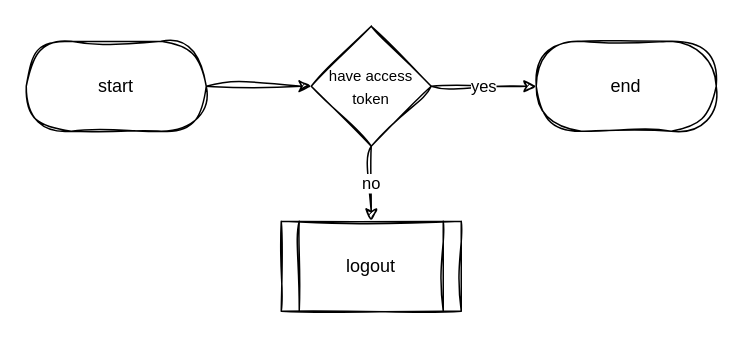
ssszZ-TH/party_fullstack_docker5 keeps this draw.io diagram as page "3 check auth" (3 of 4) of docs/drawio/activity/activity_general.drawio. Above is the earlier version. Source tidied: cells renumbered, new cells numbered last; positions are measured from the earlier drawing's top-left corner, leaving out a move shared by most shapes. Both pictures are drawn from the tidied source at 150%, with x=0, y=0 at pixel (26, 26).
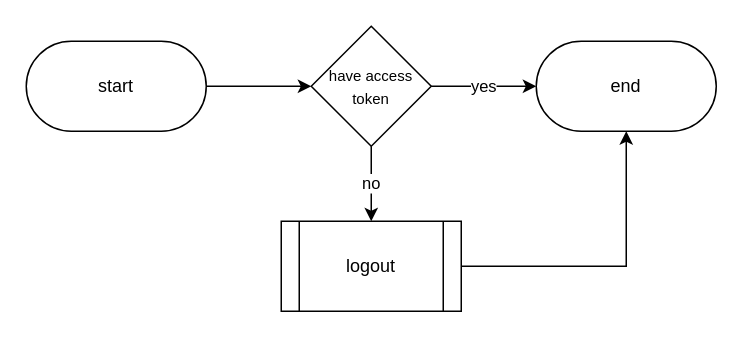
After the change.

What changed in the source:
```diff
@@
 <mxGraphModel>
   <root>
     <mxCell id="0" />
     <mxCell id="1" parent="0" />
-    <mxCell id="2" style="edgeStyle=orthogonalEdgeStyle;rounded=0;jettySize=auto;html=1;sketch=1;curveFitting=1;jiggle=2;" parent="1" edge="1" source="3" target="7">
+    <mxCell id="2" style="edgeStyle=orthogonalEdgeStyle;rounded=0;jettySize=auto;html=1;" parent="1" edge="1" source="3" target="7">
       <mxGeometry relative="1" as="geometry" />
     </mxCell>
-    <mxCell id="3" value="start" style="rounded=1;whiteSpace=wrap;html=1;arcSize=50;sketch=1;curveFitting=1;jiggle=2;" parent="1" vertex="1">
+    <mxCell id="3" value="start" style="rounded=1;whiteSpace=wrap;html=1;arcSize=50;" parent="1" vertex="1">
       <mxGeometry y="10" width="120" height="60" as="geometry" />
     </mxCell>
-    <mxCell id="4" value="end" style="rounded=1;whiteSpace=wrap;html=1;arcSize=50;sketch=1;curveFitting=1;jiggle=2;" parent="1" vertex="1">
+    <mxCell id="4" value="end" style="rounded=1;whiteSpace=wrap;html=1;arcSize=50;" parent="1" vertex="1">
       <mxGeometry x="340" y="10" width="120" height="60" as="geometry" />
     </mxCell>
-    <mxCell id="5" value="no" style="edgeStyle=orthogonalEdgeStyle;rounded=0;jettySize=auto;html=1;sketch=1;curveFitting=1;jiggle=2;" parent="1" edge="1" source="7" target="8">
+    <mxCell id="5" value="no" style="edgeStyle=orthogonalEdgeStyle;rounded=0;jettySize=auto;html=1;" parent="1" edge="1" source="7" target="8">
       <mxGeometry relative="1" as="geometry" />
     </mxCell>
-    <mxCell id="6" value="yes" style="edgeStyle=orthogonalEdgeStyle;rounded=0;jettySize=auto;html=1;sketch=1;curveFitting=1;jiggle=2;" parent="1" edge="1" source="7" target="4">
+    <mxCell id="6" value="yes" style="edgeStyle=orthogonalEdgeStyle;rounded=0;jettySize=auto;html=1;" parent="1" edge="1" source="7" target="4">
       <mxGeometry relative="1" as="geometry" />
     </mxCell>
-    <mxCell id="7" value="&lt;font style=&quot;font-size: 10px;&quot;&gt;have access token&lt;/font&gt;" style="rhombus;whiteSpace=wrap;html=1;sketch=1;curveFitting=1;jiggle=2;" parent="1" vertex="1">
+    <mxCell id="7" value="&lt;font style=&quot;font-size: 10px;&quot;&gt;have access token&lt;/font&gt;" style="rhombus;whiteSpace=wrap;html=1;" parent="1" vertex="1">
       <mxGeometry x="190" width="80" height="80" as="geometry" />
     </mxCell>
+    <mxCell id="9" style="edgeStyle=orthogonalEdgeStyle;rounded=0;jettySize=auto;html=1;" parent="1" edge="1" source="8" target="4">
+      <mxGeometry relative="1" as="geometry" />
+    </mxCell>
-    <mxCell id="8" value="logout" style="shape=process;whiteSpace=wrap;html=1;backgroundOutline=1;sketch=1;curveFitting=1;jiggle=2;" parent="1" vertex="1">
+    <mxCell id="8" value="logout" style="shape=process;whiteSpace=wrap;html=1;backgroundOutline=1;" parent="1" vertex="1">
       <mxGeometry x="170" y="130" width="120" height="60" as="geometry" />
     </mxCell>
   </root>
 </mxGraphModel>
```
